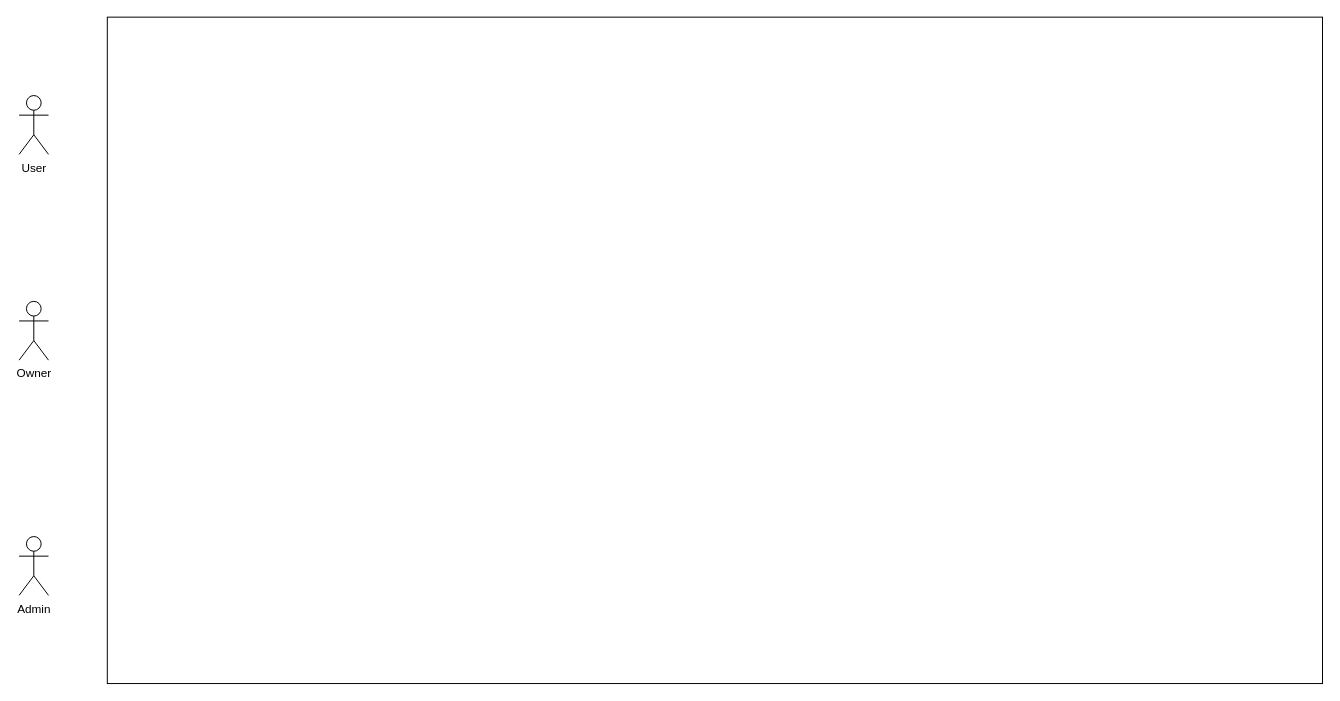
Before: esycoloc.drawio in aminelebrini/EasyColoc, a draw.io diagram. Source tidied: cells renumbered, new cells numbered last; positions are measured from the earlier drawing's top-left corner, leaving out a move shared by most shapes. Both pictures are drawn from the tidied source at 98%, with x=0, y=0 at pixel (19, 17).
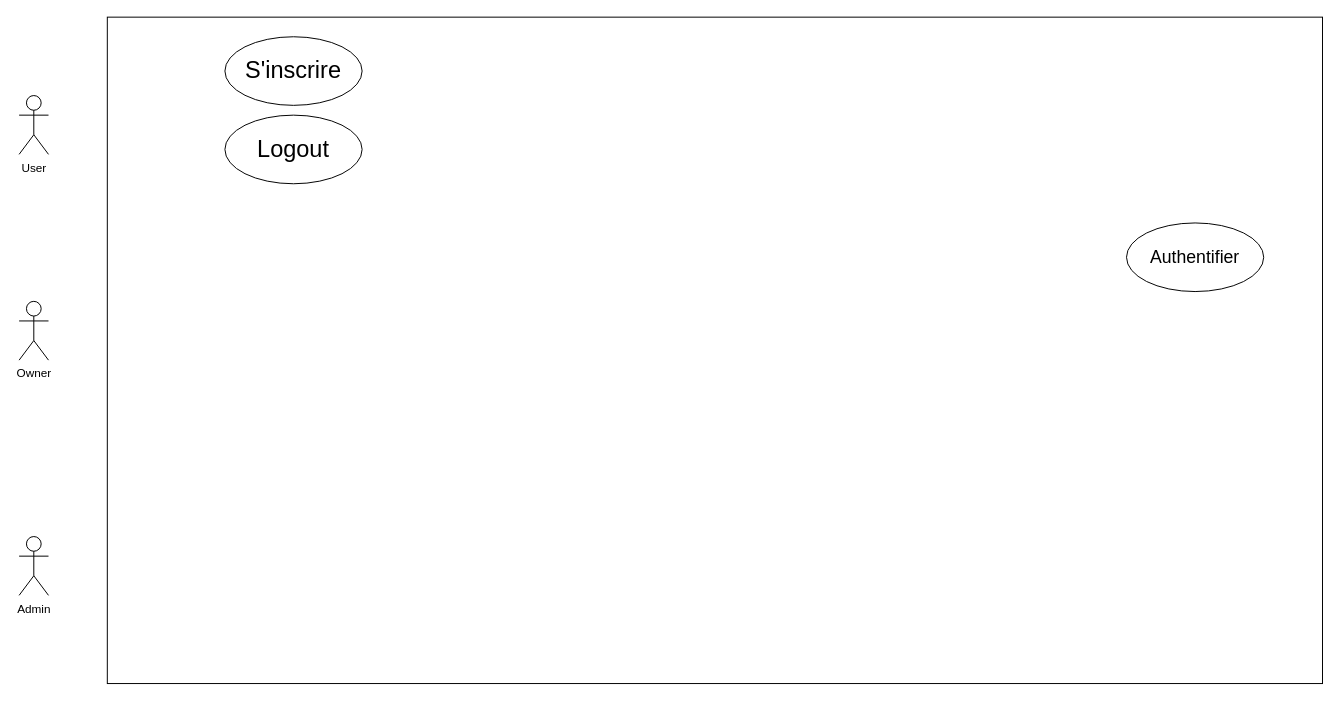
Above is the later version.

Change to the diagram source:
```diff
@@
 <mxGraphModel>
   <root>
     <mxCell id="0" />
     <mxCell id="1" parent="0" />
     <mxCell id="2" value="&lt;div&gt;User&lt;/div&gt;" style="shape=umlActor;verticalLabelPosition=bottom;verticalAlign=top;html=1;" parent="1" vertex="1">
       <mxGeometry y="80" width="30" height="60" as="geometry" />
     </mxCell>
     <mxCell id="3" style="html=1;whiteSpace=wrap;" parent="1" vertex="1">
       <mxGeometry x="90" width="1240" height="680" as="geometry" />
     </mxCell>
     <mxCell id="4" value="Owner" style="shape=umlActor;verticalLabelPosition=bottom;verticalAlign=top;html=1;" parent="1" vertex="1">
       <mxGeometry y="290" width="30" height="60" as="geometry" />
     </mxCell>
     <mxCell id="5" value="Admin" style="shape=umlActor;verticalLabelPosition=bottom;verticalAlign=top;html=1;" parent="1" vertex="1">
       <mxGeometry y="530" width="30" height="60" as="geometry" />
     </mxCell>
+    <mxCell id="6" value="&lt;font style=&quot;font-size: 24px;&quot;&gt;S'inscrire&lt;/font&gt;" style="ellipse;whiteSpace=wrap;html=1;" parent="1" vertex="1">
+      <mxGeometry x="210" y="20" width="140" height="70" as="geometry" />
+    </mxCell>
+    <mxCell id="7" value="&lt;font style=&quot;font-size: 24px;&quot;&gt;Logout&lt;/font&gt;" style="ellipse;whiteSpace=wrap;html=1;" parent="1" vertex="1">
+      <mxGeometry x="210" y="100" width="140" height="70" as="geometry" />
+    </mxCell>
+    <mxCell id="8" value="&lt;font style=&quot;font-size: 18px;&quot;&gt;Authentifier&lt;/font&gt;" style="ellipse;whiteSpace=wrap;html=1;" parent="1" vertex="1">
+      <mxGeometry x="1130" y="210" width="140" height="70" as="geometry" />
+    </mxCell>
   </root>
 </mxGraphModel>
```
